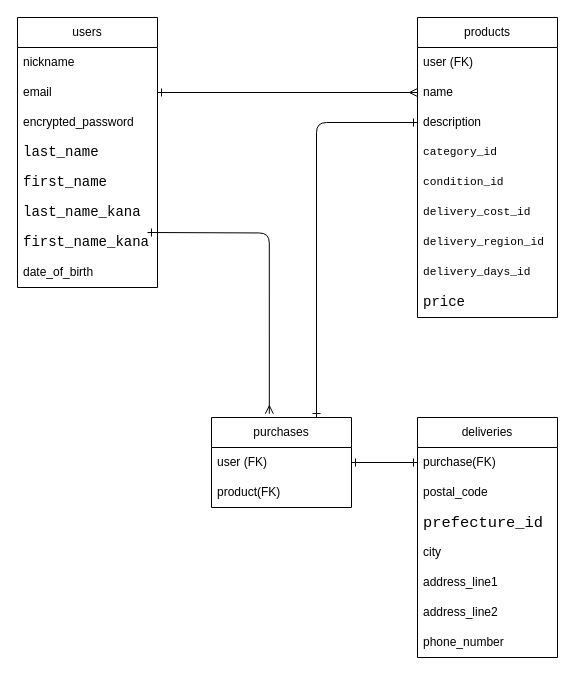
The draw.io diagram furima.dio in taigo2023/furima-40423, before the edit. Source tidied: cells renumbered, new cells numbered last; positions are measured from the earlier drawing's top-left corner, leaving out a move shared by most shapes. Both pictures are drawn from the tidied source at 100%, with x=0, y=0 at pixel (17, 17).
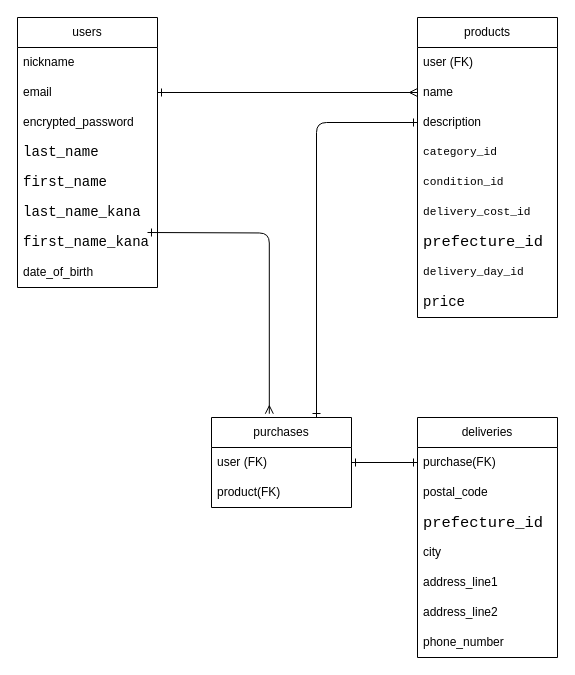
After the change.

Commit message (it also covers changes not shown here):
データベース設計修正③

Unchanged cells that the change refers to:
```xml
<mxCell id="2" value="products" style="swimlane;fontStyle=0;horizontal=1;startSize=30;whiteSpace=wrap;html=1;" parent="1" vertex="1">
  <mxGeometry x="400" width="140" height="300" as="geometry" />
</mxCell>
```

The edit, as a diff of the source:
```diff
@@
-    <mxCell id="9" value="&lt;div style=&quot;background-color: rgb(255, 255, 255); font-family: &amp;quot;Ricty Diminished&amp;quot;, Consolas, &amp;quot;Courier New&amp;quot;, monospace; font-size: 14px; line-height: 19px;&quot;&gt;&lt;div style=&quot;line-height: 19px;&quot;&gt;&lt;div style=&quot;line-height: 19px;&quot;&gt;&lt;div style=&quot;font-size: 11.2px; line-height: 15px;&quot;&gt;delivery_region_id&lt;/div&gt;&lt;/div&gt;&lt;/div&gt;&lt;/div&gt;" style="text;strokeColor=none;fillColor=none;align=left;verticalAlign=middle;spacingLeft=4;spacingRight=4;overflow=hidden;whiteSpace=wrap;html=1;" parent="2" vertex="1">
+    <mxCell id="9" value="&lt;div style=&quot;background-color: rgb(255, 255, 255); font-family: &amp;quot;Ricty Diminished&amp;quot;, Consolas, &amp;quot;Courier New&amp;quot;, monospace; font-size: 14px; line-height: 19px;&quot;&gt;&lt;div style=&quot;line-height: 19px;&quot;&gt;&lt;div style=&quot;line-height: 19px;&quot;&gt;&lt;div style=&quot;font-size: 11.2px; line-height: 15px;&quot;&gt;&lt;span style=&quot;font-size: 15.4px;&quot;&gt;prefecture_id&lt;/span&gt;&lt;br&gt;&lt;/div&gt;&lt;/div&gt;&lt;/div&gt;&lt;/div&gt;" style="text;strokeColor=none;fillColor=none;align=left;verticalAlign=middle;spacingLeft=4;spacingRight=4;overflow=hidden;whiteSpace=wrap;html=1;" parent="2" vertex="1">
       <mxGeometry y="210" width="140" height="30" as="geometry" />
     </mxCell>
-    <mxCell id="10" value="&lt;div style=&quot;background-color: rgb(255, 255, 255); font-family: &amp;quot;Ricty Diminished&amp;quot;, Consolas, &amp;quot;Courier New&amp;quot;, monospace; font-size: 14px; line-height: 19px;&quot;&gt;&lt;div style=&quot;line-height: 19px;&quot;&gt;&lt;div style=&quot;line-height: 19px;&quot;&gt;&lt;div style=&quot;line-height: 19px;&quot;&gt;&lt;div style=&quot;font-size: 11.2px; line-height: 15px;&quot;&gt;delivery_days_id&lt;/div&gt;&lt;/div&gt;&lt;/div&gt;&lt;/div&gt;&lt;/div&gt;" style="text;strokeColor=none;fillColor=none;align=left;verticalAlign=middle;spacingLeft=4;spacingRight=4;overflow=hidden;whiteSpace=wrap;html=1;" parent="2" vertex="1">
+    <mxCell id="10" value="&lt;div style=&quot;background-color: rgb(255, 255, 255); font-family: &amp;quot;Ricty Diminished&amp;quot;, Consolas, &amp;quot;Courier New&amp;quot;, monospace; font-size: 14px; line-height: 19px;&quot;&gt;&lt;div style=&quot;line-height: 19px;&quot;&gt;&lt;div style=&quot;line-height: 19px;&quot;&gt;&lt;div style=&quot;line-height: 19px;&quot;&gt;&lt;div style=&quot;font-size: 11.2px; line-height: 15px;&quot;&gt;delivery_day_id&lt;/div&gt;&lt;/div&gt;&lt;/div&gt;&lt;/div&gt;&lt;/div&gt;" style="text;strokeColor=none;fillColor=none;align=left;verticalAlign=middle;spacingLeft=4;spacingRight=4;overflow=hidden;whiteSpace=wrap;html=1;" parent="2" vertex="1">
       <mxGeometry y="240" width="140" height="30" as="geometry" />
     </mxCell>
```
